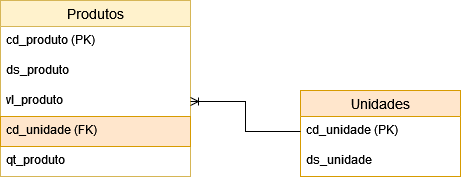
mbmocky/SENAI_DMA_UC10 keeps this draw.io diagram as SA01_ATV01.drawio.png. Above is the earlier version. Source tidied: cells renumbered, new cells last; positions are measured from the earlier drawing's top-left corner, leaving out a move shared by most shapes.
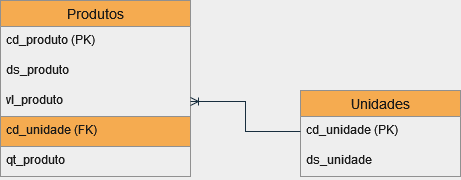
The same file after the commit.

Diff of the diagram source:
```diff
@@ -1,35 +1,35 @@
-<mxGraphModel>
+<mxGraphModel background="#EEEEEE">
   <root>
     <mxCell id="0" />
     <mxCell id="1" parent="0" />
-    <mxCell id="2" value="Produtos" style="swimlane;fontStyle=0;horizontal=1;startSize=26;align=center;fontSize=14;fillColor=#fff2cc;strokeColor=#d6b656;" parent="1" vertex="1">
+    <mxCell id="2" value="Produtos" style="swimlane;fontStyle=0;horizontal=1;startSize=26;align=center;fontSize=14;fillColor=#F5AB50;strokeColor=#909090;fontColor=#1A1A1A;" parent="1" vertex="1">
       <mxGeometry width="190" height="176" as="geometry" />
     </mxCell>
-    <mxCell id="3" value="cd_produto (PK)" style="text;strokeColor=none;fillColor=none;spacingLeft=4;spacingRight=4;overflow=hidden;fontSize=12;" parent="2" vertex="1">
+    <mxCell id="3" value="cd_produto (PK)" style="text;spacingLeft=4;spacingRight=4;overflow=hidden;fontSize=12;fontColor=#1A1A1A;" parent="2" vertex="1">
       <mxGeometry y="26" width="190" height="30" as="geometry" />
     </mxCell>
-    <mxCell id="4" value="ds_produto" style="text;strokeColor=none;fillColor=none;spacingLeft=4;spacingRight=4;overflow=hidden;fontSize=12;" parent="2" vertex="1">
+    <mxCell id="4" value="ds_produto" style="text;spacingLeft=4;spacingRight=4;overflow=hidden;fontSize=12;fontColor=#1A1A1A;" parent="2" vertex="1">
       <mxGeometry y="56" width="190" height="30" as="geometry" />
     </mxCell>
-    <mxCell id="5" value="vl_produto" style="text;strokeColor=none;fillColor=none;spacingLeft=4;spacingRight=4;overflow=hidden;points=[[0,0.5],[1,0.5]];portConstraint=eastwest;fontSize=12;" parent="2" vertex="1">
+    <mxCell id="5" value="vl_produto" style="text;spacingLeft=4;spacingRight=4;overflow=hidden;points=[[0,0.5],[1,0.5]];portConstraint=eastwest;fontSize=12;fontColor=#1A1A1A;" parent="2" vertex="1">
       <mxGeometry y="86" width="190" height="30" as="geometry" />
     </mxCell>
-    <mxCell id="6" value="cd_unidade (FK)" style="text;strokeColor=#d79b00;fillColor=#ffe6cc;spacingLeft=4;spacingRight=4;overflow=hidden;fontSize=12;" parent="2" vertex="1">
+    <mxCell id="6" value="cd_unidade (FK)" style="text;strokeColor=#909090;fillColor=#F5AB50;spacingLeft=4;spacingRight=4;overflow=hidden;fontSize=12;fontColor=#1A1A1A;" parent="2" vertex="1">
       <mxGeometry y="116" width="190" height="30" as="geometry" />
     </mxCell>
-    <mxCell id="7" value="qt_produto" style="text;strokeColor=none;fillColor=none;spacingLeft=4;spacingRight=4;overflow=hidden;fontSize=12;" parent="2" vertex="1">
+    <mxCell id="7" value="qt_produto" style="text;spacingLeft=4;spacingRight=4;overflow=hidden;fontSize=12;fontColor=#1A1A1A;" parent="2" vertex="1">
       <mxGeometry y="146" width="190" height="30" as="geometry" />
     </mxCell>
-    <mxCell id="8" value="Unidades" style="swimlane;fontStyle=0;horizontal=1;startSize=26;align=center;fontSize=14;fillColor=#ffe6cc;strokeColor=#d79b00;" parent="1" vertex="1">
+    <mxCell id="8" value="Unidades" style="swimlane;fontStyle=0;horizontal=1;startSize=26;align=center;fontSize=14;fillColor=#F5AB50;strokeColor=#909090;fontColor=#1A1A1A;" parent="1" vertex="1">
       <mxGeometry x="300" y="90" width="160" height="86" as="geometry" />
     </mxCell>
-    <mxCell id="9" value="cd_unidade (PK)" style="text;strokeColor=none;fillColor=none;spacingLeft=4;spacingRight=4;overflow=hidden;points=[[0,0.5],[1,0.5]];portConstraint=eastwest;fontSize=12;" parent="8" vertex="1">
+    <mxCell id="9" value="cd_unidade (PK)" style="text;spacingLeft=4;spacingRight=4;overflow=hidden;points=[[0,0.5],[1,0.5]];portConstraint=eastwest;fontSize=12;fontColor=#1A1A1A;" parent="8" vertex="1">
       <mxGeometry y="26" width="160" height="30" as="geometry" />
     </mxCell>
-    <mxCell id="10" value="ds_unidade" style="text;strokeColor=none;fillColor=none;spacingLeft=4;spacingRight=4;overflow=hidden;fontSize=12;" parent="8" vertex="1">
+    <mxCell id="10" value="ds_unidade" style="text;spacingLeft=4;spacingRight=4;overflow=hidden;fontSize=12;fontColor=#1A1A1A;" parent="8" vertex="1">
       <mxGeometry y="56" width="160" height="30" as="geometry" />
     </mxCell>
-    <mxCell id="11" style="edgeStyle=orthogonalEdgeStyle;rounded=0;jettySize=auto;html=1;endArrow=ERoneToMany;endFill=0;" parent="1" edge="1" source="9" target="5">
+    <mxCell id="11" style="edgeStyle=orthogonalEdgeStyle;rounded=0;jettySize=auto;html=1;endArrow=ERoneToMany;endFill=0;labelBackgroundColor=#EEEEEE;strokeColor=#182E3E;fontColor=#1A1A1A;" parent="1" edge="1" source="9" target="5">
       <mxGeometry relative="1" as="geometry" />
     </mxCell>
   </root>
```
